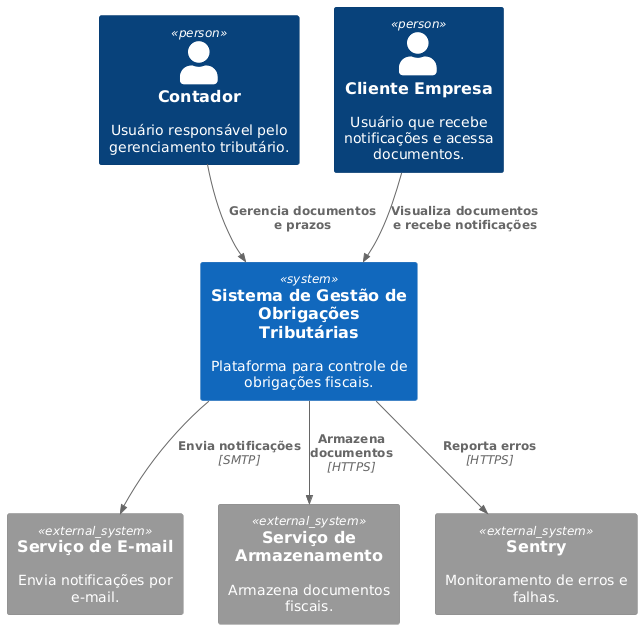
Earlier version of the PlantUML export diagrams/diagrama-contexto-v2.png (edsonpolucena/CatolicaSC-Porfolio).
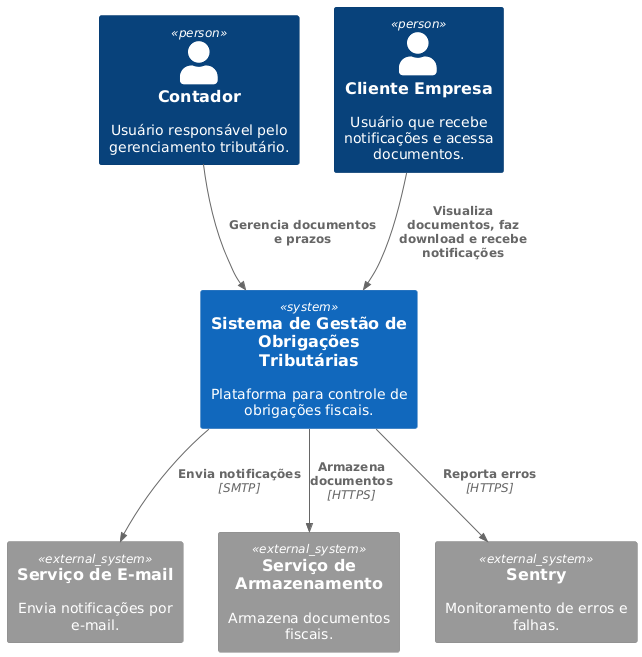
Later version of the same file.

Commit message:
atualizacao diagrama de contexto

The edit, as a diff of the source:
```diff
@@ -10,7 +10,7 @@
 System_Ext(sentry, "Sentry", "Monitoramento de erros e falhas.")
 
 Rel(contador, sistema, "Gerencia documentos e prazos")
-Rel(cliente, sistema, "Visualiza documentos e recebe notificações")
+Rel(cliente, sistema, "Visualiza documentos, faz download e recebe notificações")
 Rel(sistema, email, "Envia notificações", "SMTP")
 Rel(sistema, storage, "Armazena documentos", "HTTPS")
 Rel(sistema, sentry, "Reporta erros", "HTTPS")
```
